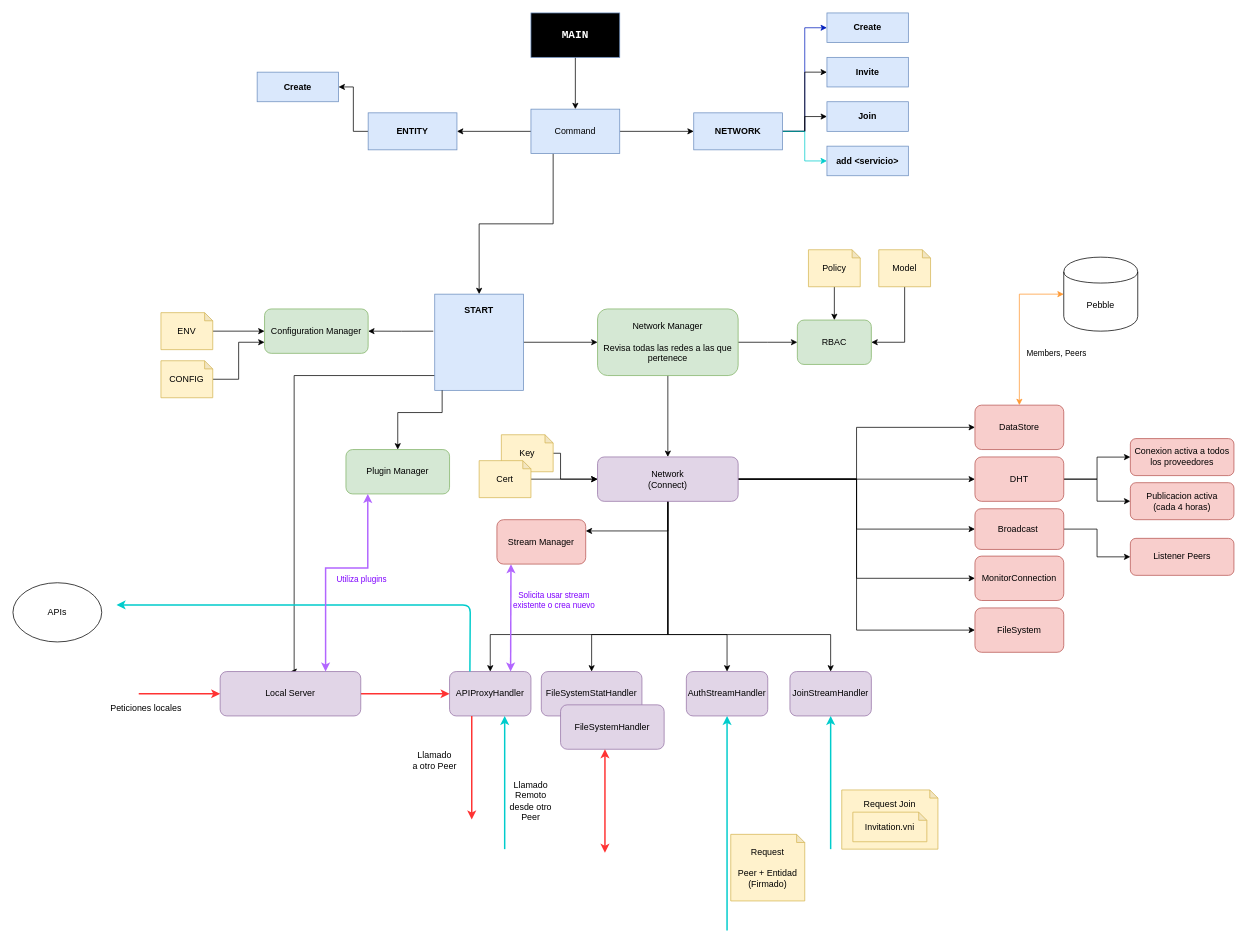
Earlier version of the draw.io diagram page "App Arquitecture" (5 of 8) of documentation/Veredarii.drawio (daille/veredarii). Source tidied: cells renumbered, new cells numbered last; positions are measured from the earlier drawing's top-left corner, leaving out a move shared by most shapes. Both pictures are drawn from the tidied source at 74%, with x=0, y=0 at pixel (13, 13).
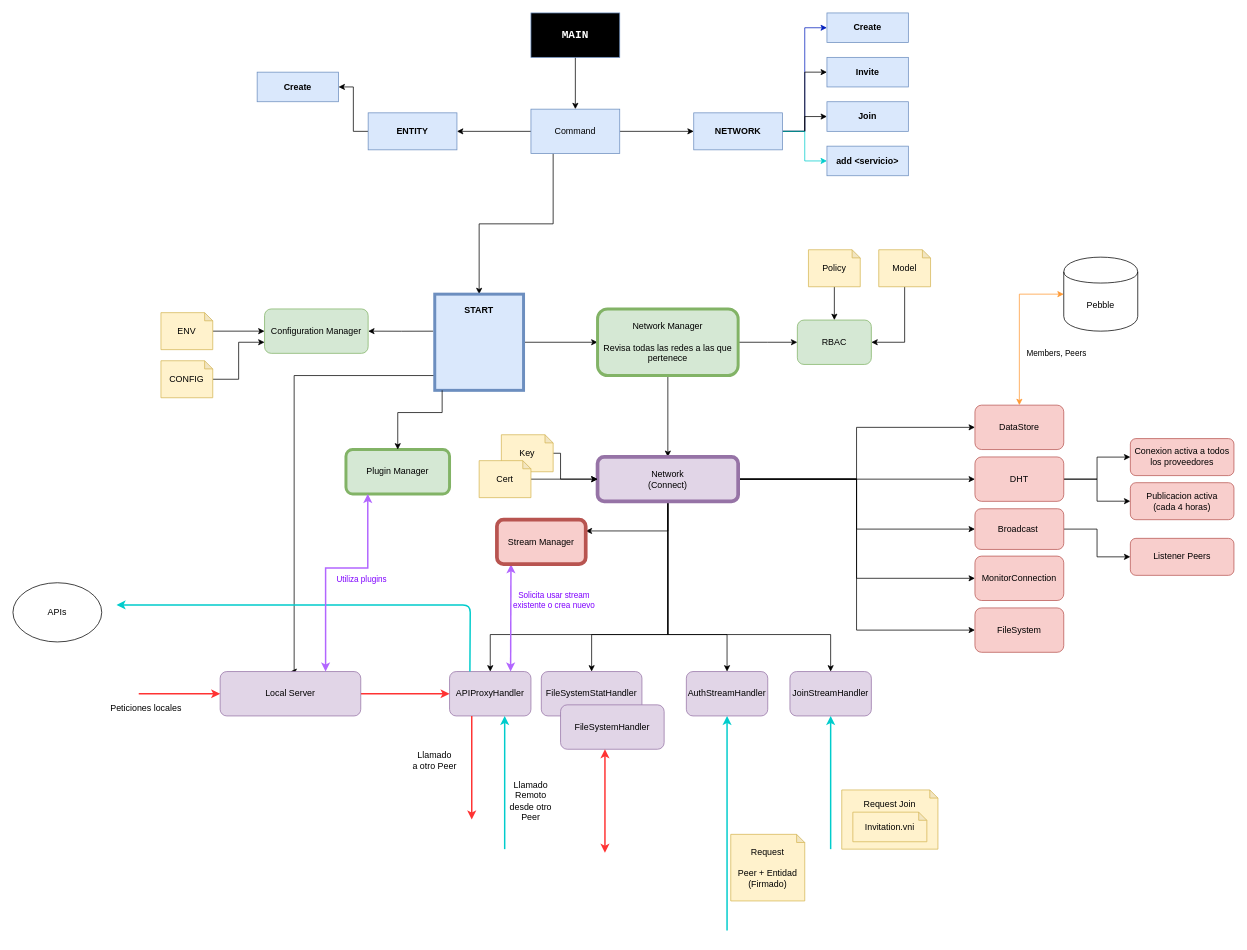
The same page after the edit.

Diff of the diagram source:
```diff
@@
-    <mxCell id="11" value="&lt;b&gt;START&lt;/b&gt;&lt;br&gt;&lt;br&gt;&lt;br&gt;&lt;br&gt;&lt;br&gt;&lt;br&gt;&lt;br&gt;" style="rounded=0;whiteSpace=wrap;html=1;fillColor=#dae8fc;strokeColor=#6c8ebf;" parent="1" vertex="1">
+    <mxCell id="11" value="&lt;b&gt;START&lt;/b&gt;&lt;br&gt;&lt;br&gt;&lt;br&gt;&lt;br&gt;&lt;br&gt;&lt;br&gt;&lt;br&gt;" style="rounded=0;whiteSpace=wrap;html=1;fillColor=#dae8fc;strokeColor=#6c8ebf;strokeWidth=4;" parent="1" vertex="1">
       <mxGeometry x="570" y="380" width="120" height="130" as="geometry" />
     </mxCell>
@@
-    <mxCell id="19" value="Network Manager&lt;br&gt;&lt;br&gt;Revisa todas las redes a las que pertenece" style="rounded=1;whiteSpace=wrap;html=1;fillColor=#d5e8d4;strokeColor=#82b366;" parent="1" vertex="1">
+    <mxCell id="19" value="Network Manager&lt;br&gt;&lt;br&gt;Revisa todas las redes a las que pertenece" style="rounded=1;whiteSpace=wrap;html=1;fillColor=#d5e8d4;strokeColor=#82b366;strokeWidth=4;" parent="1" vertex="1">
       <mxGeometry x="790" y="400" width="190" height="90" as="geometry" />
     </mxCell>
@@
-    <mxCell id="30" value="Network&lt;br&gt;(Connect)" style="rounded=1;whiteSpace=wrap;html=1;fillColor=#e1d5e7;strokeColor=#9673a6;" parent="1" vertex="1">
+    <mxCell id="30" value="Network&lt;br&gt;(Connect)" style="rounded=1;whiteSpace=wrap;html=1;fillColor=#e1d5e7;strokeColor=#9673a6;strokeWidth=5;" parent="1" vertex="1">
       <mxGeometry x="790" y="600" width="190" height="60" as="geometry" />
     </mxCell>
@@
-    <mxCell id="88" value="Stream Manager" style="rounded=1;whiteSpace=wrap;html=1;fillColor=#f8cecc;strokeColor=#b85450;" parent="1" vertex="1">
+    <mxCell id="88" value="Stream Manager" style="rounded=1;whiteSpace=wrap;html=1;fillColor=#f8cecc;strokeColor=#b85450;strokeWidth=5;" parent="1" vertex="1">
       <mxGeometry x="654" y="684.8" width="120" height="60" as="geometry" />
     </mxCell>
-    <mxCell id="89" value="Plugin Manager" style="rounded=1;whiteSpace=wrap;html=1;fillColor=#d5e8d4;strokeColor=#82b366;" parent="1" vertex="1">
+    <mxCell id="89" value="Plugin Manager" style="rounded=1;whiteSpace=wrap;html=1;fillColor=#d5e8d4;strokeColor=#82b366;strokeWidth=4;" parent="1" vertex="1">
       <mxGeometry x="450" y="590" width="140" height="60" as="geometry" />
     </mxCell>
```
